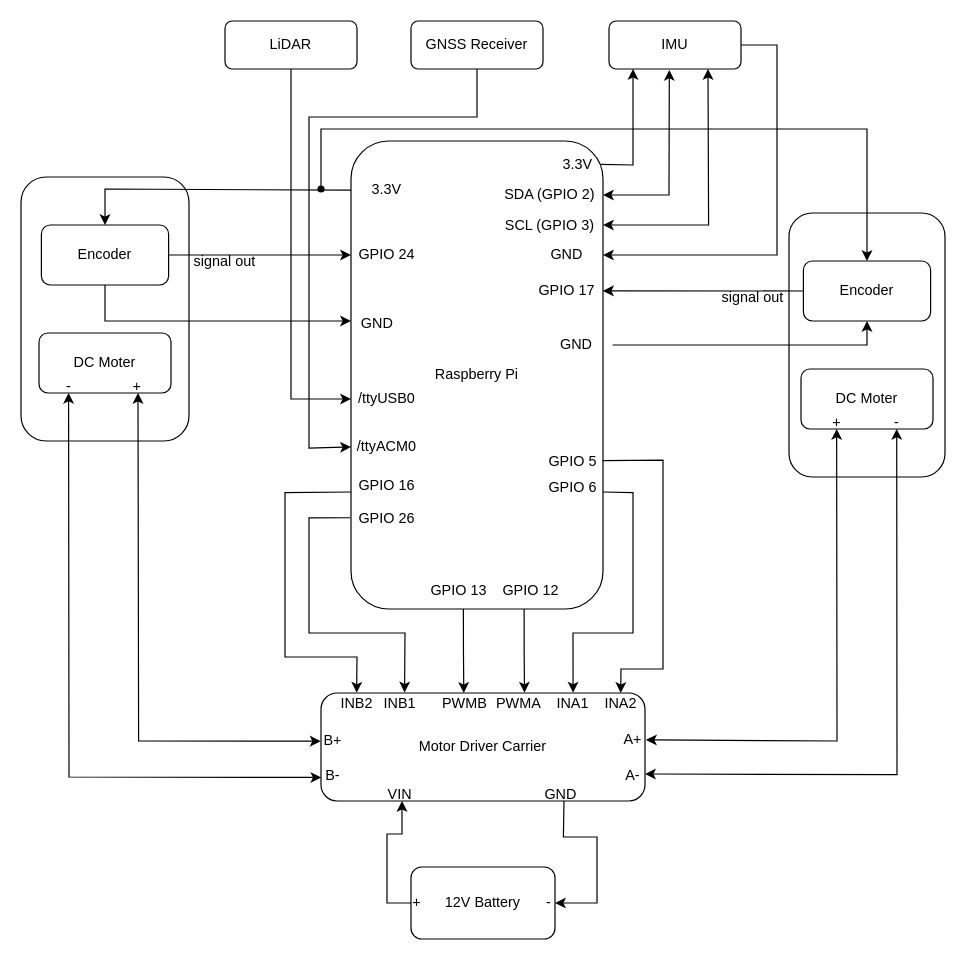
Earlier version of the draw.io diagram Untitled Diagram.drawio (adands/eddiebot_ros2-backup). Source tidied: cells renumbered, new cells numbered last; positions are measured from the earlier drawing's top-left corner, leaving out a move shared by most shapes. Both pictures are drawn from the tidied source at 120%, with x=0, y=0 at pixel (20, 20).
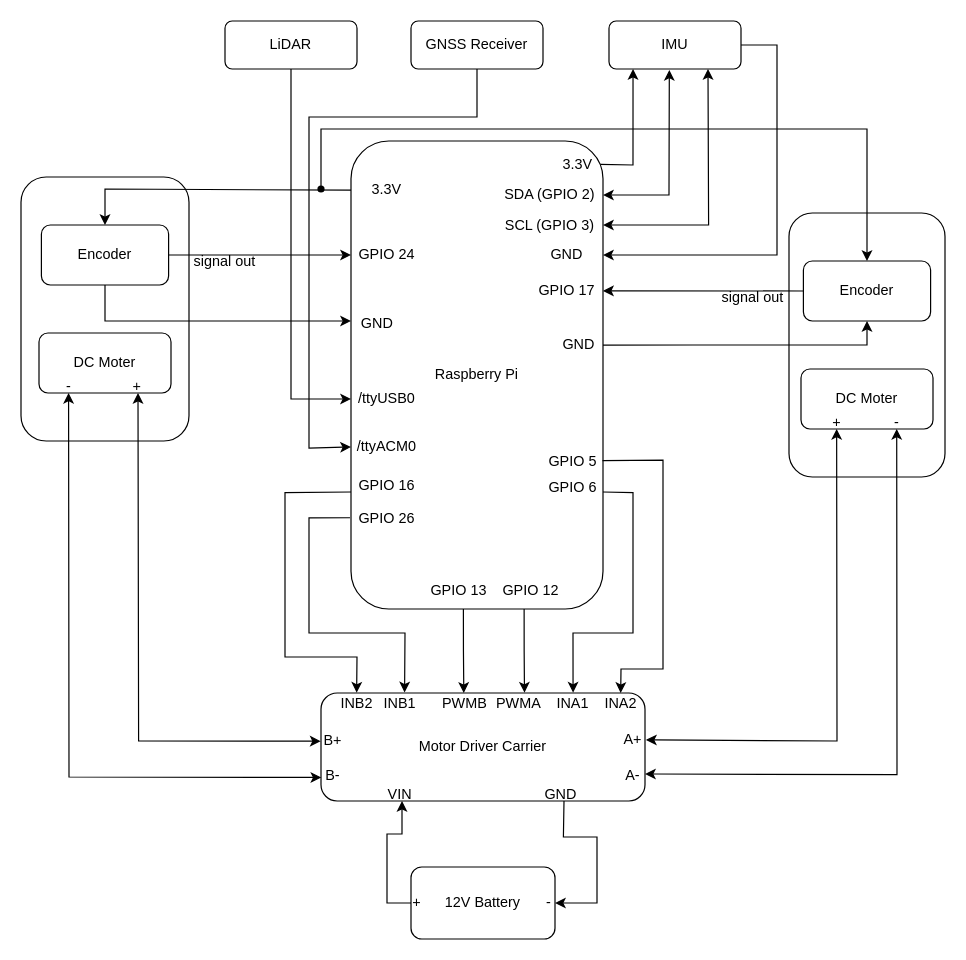
Above is the later version.

Unchanged cells that the change refers to:
```xml
<mxCell id="3" value="Raspberry Pi" style="rounded=1;whiteSpace=wrap;html=1;" parent="1" vertex="1">
  <mxGeometry x="275" y="100" width="210" height="390" as="geometry" />
</mxCell>
<mxCell id="11" value="Encoder" style="rounded=1;whiteSpace=wrap;html=1;" parent="1" vertex="1">
  <mxGeometry x="652" y="200" width="106" height="50" as="geometry" />
</mxCell>
```

Change to the diagram source:
```diff
@@
-    <mxCell id="18" style="endArrow=classic;html=1;rounded=0;entryX=0.5;entryY=1;entryDx=0;entryDy=0;exitX=1;exitY=0.5;exitDx=0;exitDy=0;" parent="1" edge="1" source="29" target="11">
+    <mxCell id="18" style="endArrow=classic;html=1;rounded=0;entryX=0.5;entryY=1;entryDx=0;entryDy=0;exitX=1;exitY=0.436;exitDx=0;exitDy=0;exitPerimeter=0;" parent="1" edge="1" source="3" target="11">
       <mxGeometry relative="1" as="geometry">
         <Array as="points">
           <mxPoint x="560" y="270" />
           <mxPoint x="705" y="270" />
         </Array>
       </mxGeometry>
     </mxCell>
@@
     <mxCell id="29" value="GND" style="text;html=1;align=center;verticalAlign=middle;whiteSpace=wrap;rounded=0;" parent="1" vertex="1">
-      <mxGeometry x="433" y="255" width="60" height="30" as="geometry" />
+      <mxGeometry x="435" y="255" width="60" height="30" as="geometry" />
     </mxCell>
```
